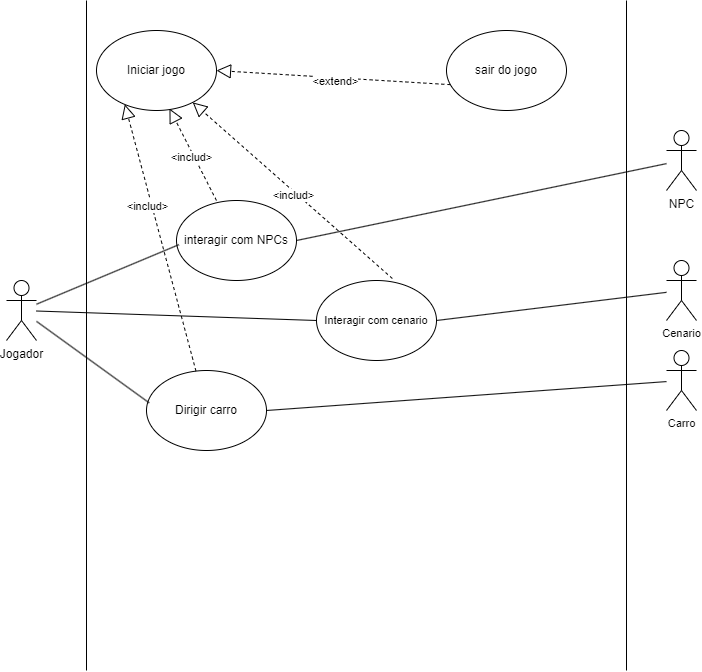
The draw.io diagram Diagrama caso de uso JS.drawio.png in lucasnoelgb/2jdprojetomusica, before a commit. Source tidied: cells renumbered, new cells last; positions are measured from the earlier drawing's top-left corner, leaving out a move shared by most shapes.
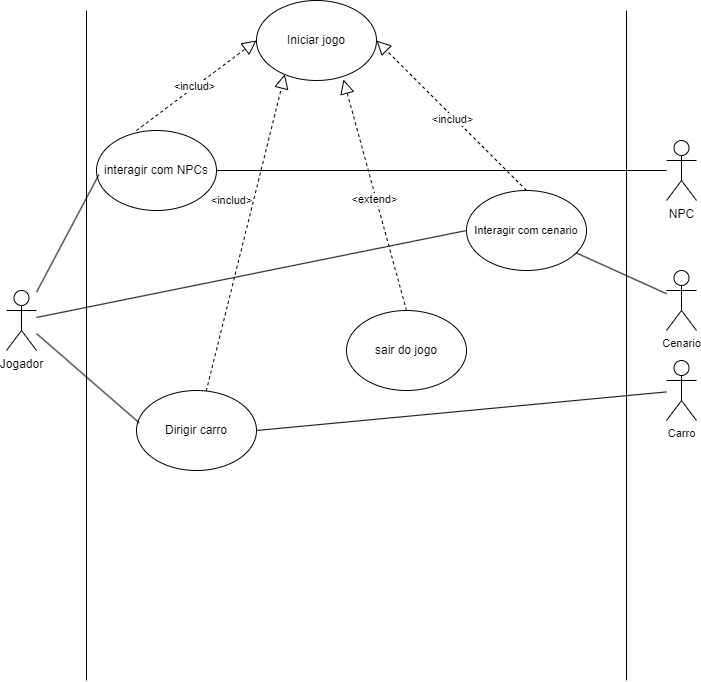
After the commit.

Commit message:
organização do diagrama

The edit, as a diff of the source:
```diff
@@ -21,15 +21,15 @@
       </mxGeometry>
     </mxCell>
     <mxCell id="6" value="Iniciar jogo" style="ellipse;whiteSpace=wrap;html=1;" parent="1" vertex="1">
-      <mxGeometry x="90" y="30" width="120" height="80" as="geometry" />
+      <mxGeometry x="250" y="-10" width="120" height="80" as="geometry" />
     </mxCell>
     <mxCell id="7" value="sair do jogo" style="ellipse;whiteSpace=wrap;html=1;" parent="1" vertex="1">
-      <mxGeometry x="440" y="30" width="120" height="80" as="geometry" />
+      <mxGeometry x="340" y="300" width="120" height="80" as="geometry" />
     </mxCell>
     <mxCell id="8" value="interagir com NPCs" style="ellipse;whiteSpace=wrap;html=1;" parent="1" vertex="1">
-      <mxGeometry x="170" y="200" width="120" height="80" as="geometry" />
+      <mxGeometry x="90" y="120" width="120" height="80" as="geometry" />
     </mxCell>
-    <mxCell id="9" style="endArrow=block;dashed=1;endFill=0;endSize=12;html=1;rounded=0;entryX=0.608;entryY=0.975;entryDx=0;entryDy=0;entryPerimeter=0;exitX=0.333;exitY=0;exitDx=0;exitDy=0;exitPerimeter=0;" parent="1" edge="1" source="8" target="6">
+    <mxCell id="9" style="endArrow=block;dashed=1;endFill=0;endSize=12;html=1;rounded=0;entryX=0;entryY=0.5;entryDx=0;entryDy=0;exitX=0.333;exitY=0;exitDx=0;exitDy=0;exitPerimeter=0;" parent="1" edge="1" source="8" target="6">
       <mxGeometry relative="1" as="geometry" />
     </mxCell>
     <mxCell id="10" value="&amp;lt;includ&amp;gt;&lt;br&gt;" style="edgeLabel;html=1;align=center;verticalAlign=middle;" parent="9" vertex="1">
@@ -37,7 +37,7 @@
         <mxPoint y="1" as="offset" />
       </mxGeometry>
     </mxCell>
-    <mxCell id="11" style="endArrow=block;dashed=1;endFill=0;endSize=12;html=1;rounded=0;entryX=1;entryY=0.5;entryDx=0;entryDy=0;exitX=0.032;exitY=0.677;exitDx=0;exitDy=0;exitPerimeter=0;" parent="1" edge="1" source="7" target="6">
+    <mxCell id="11" style="endArrow=block;dashed=1;endFill=0;endSize=12;html=1;rounded=0;entryX=0.725;entryY=0.988;entryDx=0;entryDy=0;exitX=0.5;exitY=0;exitDx=0;exitDy=0;entryPerimeter=0;" parent="1" edge="1" source="7" target="6">
       <mxGeometry relative="1" as="geometry" />
     </mxCell>
     <mxCell id="12" value="&amp;lt;extend&amp;gt;&lt;br&gt;" style="edgeLabel;html=1;align=center;verticalAlign=middle;" parent="11" vertex="1">
@@ -46,7 +46,7 @@
       </mxGeometry>
     </mxCell>
     <mxCell id="13" value="Dirigir carro" style="ellipse;whiteSpace=wrap;html=1;" parent="1" vertex="1">
-      <mxGeometry x="140" y="370" width="120" height="80" as="geometry" />
+      <mxGeometry x="130" y="380" width="120" height="80" as="geometry" />
     </mxCell>
     <mxCell id="14" style="endArrow=none;html=1;rounded=0;exitX=1;exitY=0.5;exitDx=0;exitDy=0;" parent="1" edge="1" source="8" target="3">
       <mxGeometry relative="1" as="geometry" />
@@ -72,7 +72,7 @@
       <mxGeometry relative="1" as="geometry" />
     </mxCell>
     <mxCell id="21" value="Interagir com cenario" style="ellipse;whiteSpace=wrap;html=1;fontFamily=Helvetica;fontSize=11;fontColor=default;" parent="1" vertex="1">
-      <mxGeometry x="310" y="280" width="120" height="80" as="geometry" />
+      <mxGeometry x="460" y="180" width="120" height="80" as="geometry" />
     </mxCell>
     <mxCell id="22" style="endArrow=none;html=1;rounded=0;entryX=0;entryY=0.5;entryDx=0;entryDy=0;" parent="1" edge="1" source="2" target="21">
       <mxGeometry relative="1" as="geometry" />
@@ -80,12 +80,10 @@
     <mxCell id="23" value="Cenario&lt;br&gt;" style="shape=umlActor;verticalLabelPosition=bottom;verticalAlign=top;html=1;fontFamily=Helvetica;fontSize=11;fontColor=default;" parent="1" vertex="1">
       <mxGeometry x="660" y="260" width="30" height="60" as="geometry" />
     </mxCell>
-    <mxCell id="24" style="endArrow=none;html=1;rounded=0;" parent="1" edge="1" target="23">
-      <mxGeometry relative="1" as="geometry">
-        <mxPoint x="430" y="320" as="sourcePoint" />
-      </mxGeometry>
+    <mxCell id="24" style="endArrow=none;html=1;rounded=0;" parent="1" edge="1" source="21" target="23">
+      <mxGeometry relative="1" as="geometry" />
     </mxCell>
-    <mxCell id="25" style="endArrow=block;dashed=1;endFill=0;endSize=12;html=1;rounded=0;exitX=0.632;exitY=-0.025;exitDx=0;exitDy=0;exitPerimeter=0;" parent="1" edge="1" source="21" target="6">
+    <mxCell id="25" style="endArrow=block;dashed=1;endFill=0;endSize=12;html=1;rounded=0;entryX=1;entryY=0.5;entryDx=0;entryDy=0;exitX=0.5;exitY=0;exitDx=0;exitDy=0;" parent="1" edge="1" source="21" target="6">
       <mxGeometry relative="1" as="geometry" />
     </mxCell>
     <mxCell id="26" value="&amp;lt;includ&amp;gt;&lt;br&gt;" style="edgeLabel;html=1;align=center;verticalAlign=middle;" parent="25" vertex="1">
```
